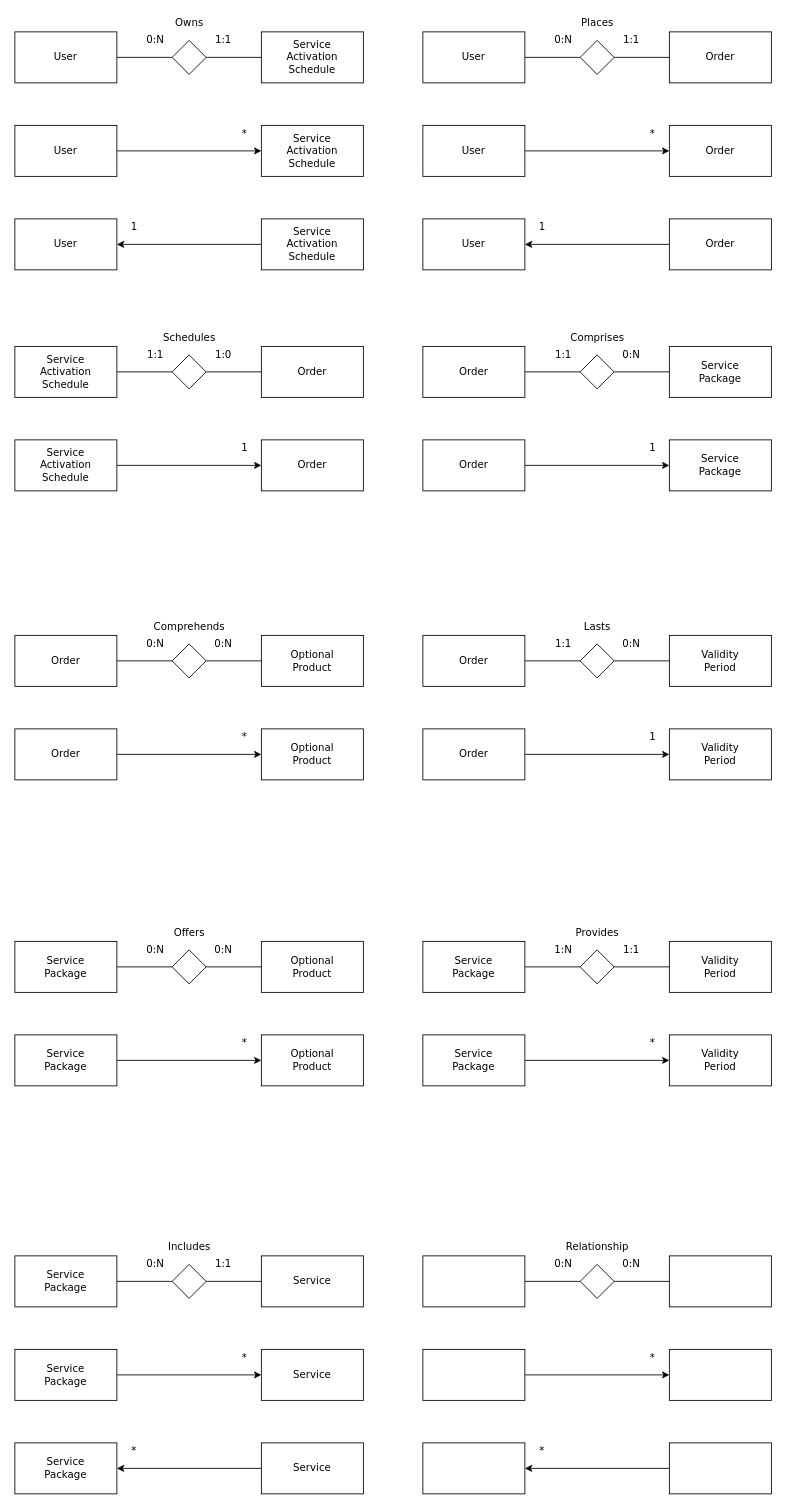
The draw.io diagram Documentation/Diagrams/ORM_Relationships.drawio in daviderigamonti/DB2Project-Telco, before the edit. Source tidied: cells renumbered, new cells numbered last; positions are measured from the earlier drawing's top-left corner, leaving out a move shared by most shapes. Both pictures are drawn from the tidied source at 85%, with x=0, y=0 at pixel (14, 14).
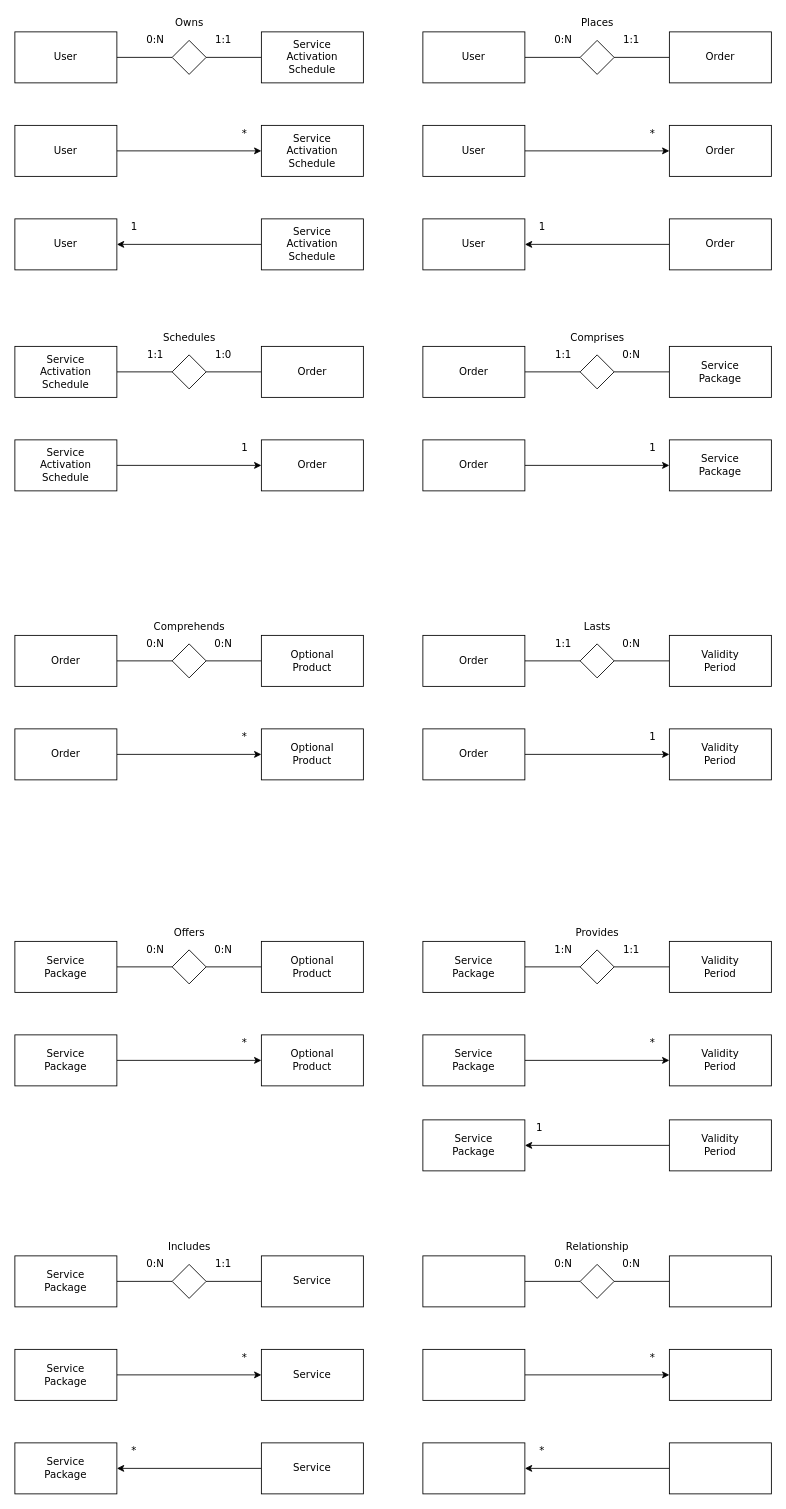
Above is the later version.

Commit message:
Updated ORM relationships diagram

Change to the diagram source:
```diff
@@
+    <mxCell id="138" style="edgeStyle=orthogonalEdgeStyle;rounded=0;jettySize=auto;html=1;entryX=0;entryY=0.5;entryDx=0;entryDy=0;endArrow=none;endFill=0;fontFamily=Verdana;labelBackgroundColor=none;startArrow=classic;startFill=1;" parent="1" edge="1" source="139" target="140">
+      <mxGeometry relative="1" as="geometry" />
+    </mxCell>
+    <mxCell id="139" value="&lt;div&gt;Service&lt;/div&gt;&lt;div&gt;Package&lt;br&gt;&lt;/div&gt;" style="rounded=0;whiteSpace=wrap;html=1;fontFamily=Verdana;labelBackgroundColor=none;" parent="1" vertex="1">
+      <mxGeometry x="480" y="1300" width="120" height="60" as="geometry" />
+    </mxCell>
+    <mxCell id="140" value="&lt;div&gt;Validity&lt;/div&gt;&lt;div&gt;Period&lt;br&gt;&lt;/div&gt;" style="rounded=0;whiteSpace=wrap;html=1;fontFamily=Verdana;labelBackgroundColor=none;" parent="1" vertex="1">
+      <mxGeometry x="770" y="1300" width="120" height="60" as="geometry" />
+    </mxCell>
+    <mxCell id="141" value="1" style="text;html=1;align=center;verticalAlign=middle;strokeColor=none;fillColor=none;fontFamily=Verdana;" parent="1" vertex="1">
+      <mxGeometry x="607" y="1300" width="20" height="20" as="geometry" />
+    </mxCell>
```
